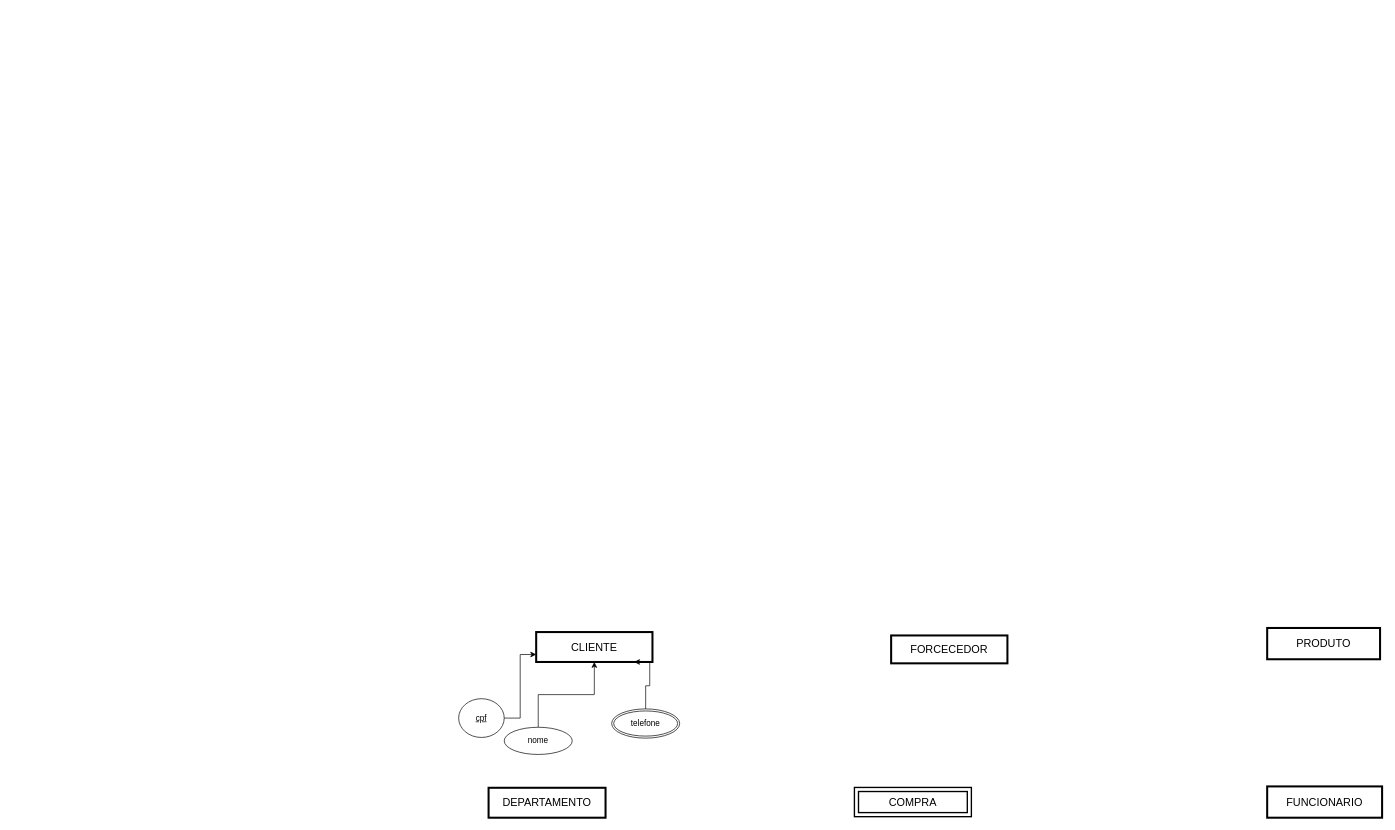
This is primeiro.drawio from RaquelFranco1/SUA-IDADE, a draw.io file, before an edit. Source tidied: cells renumbered, new cells numbered last; positions are measured from the earlier drawing's top-left corner, leaving out a move shared by most shapes. Both pictures are drawn from the tidied source at 68%, with x=0, y=0 at pixel (458, 628).
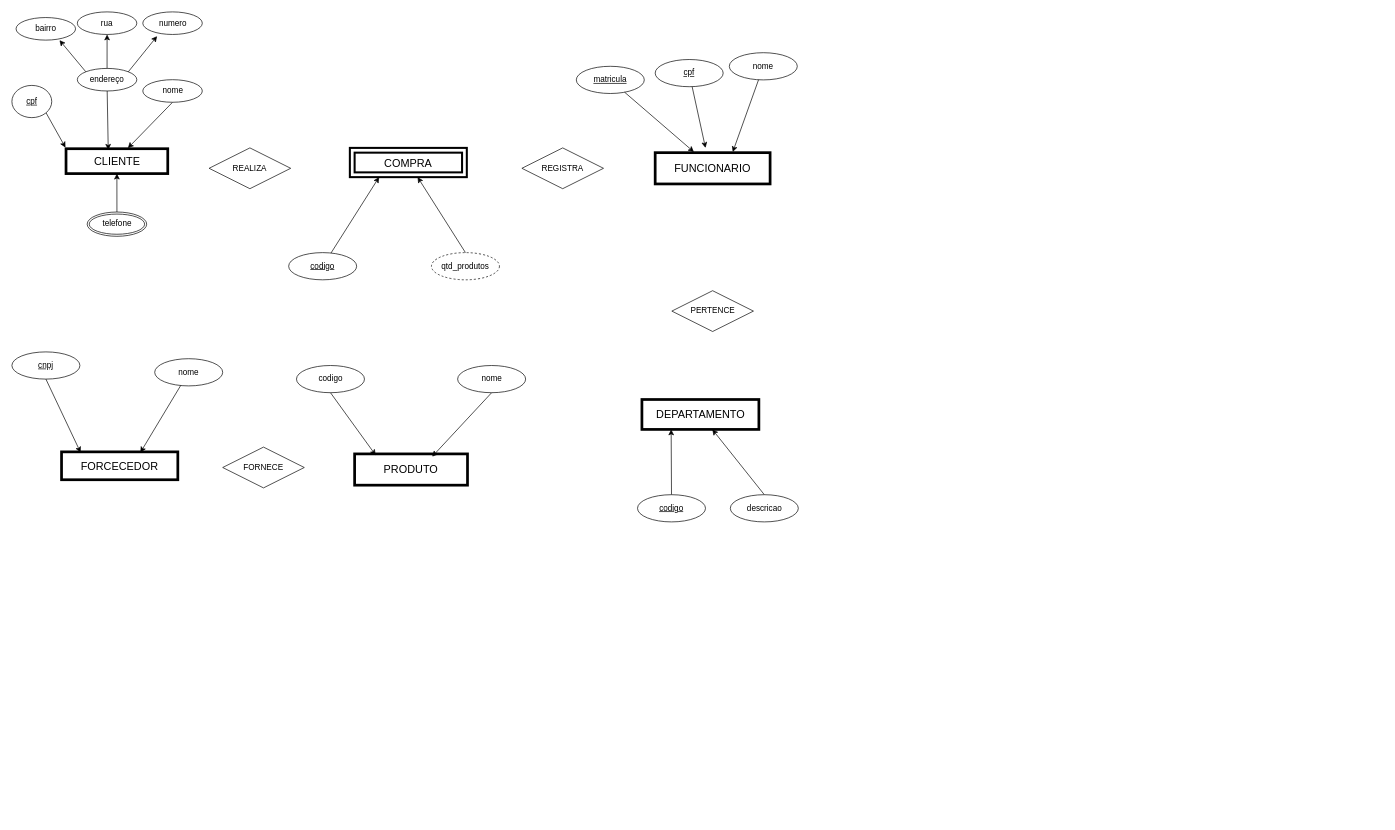
After the change.

What changed in the source:
```diff
@@
-<mxGraphModel>
+<mxGraphModel background="#ffffff">
@@
+    <mxCell id="14" value="REALIZA" style="shape=rhombus;perimeter=rhombusPerimeter;whiteSpace=wrap;html=1;align=center;" parent="1" vertex="1">
+      <mxGeometry x="-367" y="-706" width="120" height="60" as="geometry" />
+    </mxCell>
+    <mxCell id="15" style="group;" parent="1" vertex="1">
+      <mxGeometry x="-657" y="-906" width="280" height="330" as="geometry" />
+    </mxCell>
+    <mxCell id="16" style="edgeStyle=none;rounded=0;jettySize=auto;html=1;" parent="15" edge="1" source="2">
+      <mxGeometry relative="1" as="geometry">
+        <mxPoint x="154.4" y="241.1" as="targetPoint" />
+      </mxGeometry>
+    </mxCell>
-    <mxCell id="2" value="CLIENTE" style="whiteSpace=wrap;html=1;align=center;fontSize=16;rounded=0;strokeWidth=3;" parent="1" vertex="1">
-      <mxGeometry x="114" y="6" width="171" height="44" as="geometry" />
+    <mxCell id="2" value="CLIENTE" style="whiteSpace=wrap;html=1;align=center;fontSize=16;rounded=0;strokeWidth=4;" parent="15" vertex="1">
+      <mxGeometry x="79.6" y="201.2" width="149.6" height="36.6" as="geometry" />
     </mxCell>
-    <mxCell id="3" value="COMPRA" style="shape=ext;margin=3;double=1;whiteSpace=wrap;html=1;align=center;fontSize=16;strokeWidth=2;" parent="1" vertex="1">
-      <mxGeometry x="582" y="234.5" width="172" height="43" as="geometry" />
-    </mxCell>
-    <mxCell id="4" value="FUNCIONARIO" style="whiteSpace=wrap;html=1;align=center;fontSize=16;strokeWidth=3;" parent="1" vertex="1">
-      <mxGeometry x="1189" y="233" width="169" height="46" as="geometry" />
-    </mxCell>
-    <mxCell id="5" value="PRODUTO" style="whiteSpace=wrap;html=1;align=center;fontSize=16;strokeWidth=3;" parent="1" vertex="1">
-      <mxGeometry x="1189" width="166" height="46" as="geometry" />
-    </mxCell>
-    <mxCell id="6" value="FORCECEDOR" style="whiteSpace=wrap;html=1;align=center;fontSize=16;strokeWidth=3;" parent="1" vertex="1">
-      <mxGeometry x="636" y="11" width="171" height="41" as="geometry" />
-    </mxCell>
-    <mxCell id="7" value="DEPARTAMENTO" style="whiteSpace=wrap;html=1;align=center;fontSize=16;strokeWidth=3;" parent="1" vertex="1">
-      <mxGeometry x="44" y="235" width="172" height="44" as="geometry" />
-    </mxCell>
-    <mxCell id="8" style="edgeStyle=orthogonalEdgeStyle;rounded=0;jettySize=auto;html=1;entryX=0;entryY=0.75;entryDx=0;entryDy=0;" parent="1" edge="1" source="9" target="2">
-      <mxGeometry relative="1" as="geometry" />
-    </mxCell>
+    <mxCell id="17" style="edgeStyle=none;rounded=0;jettySize=auto;html=1;exitX=1;exitY=1;exitDx=0;exitDy=0;" parent="15" edge="1" source="9">
+      <mxGeometry relative="1" as="geometry">
+        <mxPoint x="78.8" y="199.5" as="targetPoint" />
+      </mxGeometry>
+    </mxCell>
-    <mxCell id="9" value="cpf" style="ellipse;whiteSpace=wrap;html=1;align=center;fontStyle=4;" parent="1" vertex="1">
-      <mxGeometry y="104" width="67" height="57" as="geometry" />
+    <mxCell id="9" value="cpf" style="ellipse;whiteSpace=wrap;html=1;align=center;fontStyle=4;" parent="15" vertex="1">
+      <mxGeometry y="108.1" width="58.6" height="47.4" as="geometry" />
     </mxCell>
-    <mxCell id="10" style="edgeStyle=orthogonalEdgeStyle;rounded=0;jettySize=auto;html=1;" parent="1" edge="1" source="11" target="2">
+    <mxCell id="10" style="edgeStyle=none;rounded=0;jettySize=auto;html=1;exitX=0.5;exitY=1;exitDx=0;exitDy=0;entryX=0.608;entryY=-0.023;entryDx=0;entryDy=0;entryPerimeter=0;" parent="15" edge="1" source="11" target="2">
       <mxGeometry relative="1" as="geometry" />
     </mxCell>
-    <mxCell id="11" value="nome" style="ellipse;whiteSpace=wrap;html=1;align=center;" parent="1" vertex="1">
-      <mxGeometry x="67" y="146" width="100" height="40" as="geometry" />
+    <mxCell id="11" value="nome" style="ellipse;whiteSpace=wrap;html=1;align=center;" parent="15" vertex="1">
+      <mxGeometry x="192.5" y="99.7" width="87.5" height="33.2" as="geometry" />
     </mxCell>
+    <mxCell id="13" style="edgeStyle=none;rounded=0;jettySize=auto;html=1;exitX=0.5;exitY=0;exitDx=0;exitDy=0;entryX=0.5;entryY=1;entryDx=0;entryDy=0;" parent="15" edge="1" source="12" target="2">
+      <mxGeometry relative="1" as="geometry" />
+    </mxCell>
-    <mxCell id="12" value="telefone" style="ellipse;shape=doubleEllipse;margin=3;whiteSpace=wrap;html=1;align=center;" parent="1" vertex="1">
-      <mxGeometry x="225" y="119" width="100" height="43" as="geometry" />
+    <mxCell id="12" value="telefone" style="ellipse;shape=doubleEllipse;margin=3;whiteSpace=wrap;html=1;align=center;" parent="15" vertex="1">
+      <mxGeometry x="110.7" y="294.3" width="87.5" height="35.7" as="geometry" />
     </mxCell>
-    <mxCell id="13" style="edgeStyle=orthogonalEdgeStyle;rounded=0;jettySize=auto;html=1;exitX=0.5;exitY=0;exitDx=0;exitDy=0;entryX=0.842;entryY=1;entryDx=0;entryDy=0;entryPerimeter=0;" parent="1" edge="1" source="12" target="2">
-      <mxGeometry relative="1" as="geometry">
-        <Array as="points">
-          <mxPoint x="275" y="85" />
-          <mxPoint x="281" y="85" />
-          <mxPoint x="281" y="50" />
-        </Array>
-      </mxGeometry>
-    </mxCell>
+    <mxCell id="18" style="edgeStyle=none;rounded=0;jettySize=auto;html=1;entryX=0.415;entryY=0.045;entryDx=0;entryDy=0;entryPerimeter=0;" parent="15" edge="1" source="21" target="2">
+      <mxGeometry relative="1" as="geometry" />
+    </mxCell>
+    <mxCell id="19" style="edgeStyle=none;rounded=0;jettySize=auto;html=1;exitX=0;exitY=0;exitDx=0;exitDy=0;" parent="15" edge="1" source="21">
+      <mxGeometry relative="1" as="geometry">
+        <mxPoint x="70" y="41.6" as="targetPoint" />
+      </mxGeometry>
+    </mxCell>
+    <mxCell id="20" style="edgeStyle=none;rounded=0;jettySize=auto;html=1;exitX=0.5;exitY=0;exitDx=0;exitDy=0;" parent="15" edge="1" source="21">
+      <mxGeometry relative="1" as="geometry">
+        <mxPoint x="140" y="33.2" as="targetPoint" />
+      </mxGeometry>
+    </mxCell>
+    <mxCell id="21" value="endereço" style="ellipse;whiteSpace=wrap;html=1;align=center;" parent="15" vertex="1">
+      <mxGeometry x="96.2" y="83.1" width="87.5" height="33.2" as="geometry" />
+    </mxCell>
+    <mxCell id="22" value="bairro" style="ellipse;whiteSpace=wrap;html=1;align=center;" parent="15" vertex="1">
+      <mxGeometry x="6.1" y="8.3" width="87.5" height="33.2" as="geometry" />
+    </mxCell>
+    <mxCell id="23" value="rua" style="ellipse;whiteSpace=wrap;html=1;align=center;" parent="15" vertex="1">
+      <mxGeometry x="96.2" width="87.5" height="33.2" as="geometry" />
+    </mxCell>
+    <mxCell id="24" value="numero" style="ellipse;whiteSpace=wrap;html=1;align=center;" parent="15" vertex="1">
+      <mxGeometry x="192.5" width="87.5" height="33.2" as="geometry" />
+    </mxCell>
+    <mxCell id="25" style="edgeStyle=none;rounded=0;jettySize=auto;html=1;exitX=1;exitY=0;exitDx=0;exitDy=0;entryX=0.24;entryY=1.075;entryDx=0;entryDy=0;entryPerimeter=0;" parent="15" edge="1" source="21" target="24">
+      <mxGeometry relative="1" as="geometry" />
+    </mxCell>
+    <mxCell id="26" style="group;" parent="1" vertex="1">
+      <mxGeometry x="-657" y="-406" width="310" height="188" as="geometry" />
+    </mxCell>
+    <mxCell id="6" value="FORCECEDOR" style="whiteSpace=wrap;html=1;align=center;fontSize=16;strokeWidth=4;" parent="26" vertex="1">
+      <mxGeometry x="73" y="147" width="171" height="41" as="geometry" />
+    </mxCell>
+    <mxCell id="27" value="cnpj" style="ellipse;whiteSpace=wrap;html=1;align=center;fontStyle=4;" parent="26" vertex="1">
+      <mxGeometry width="100" height="40" as="geometry" />
+    </mxCell>
+    <mxCell id="28" value="nome" style="ellipse;whiteSpace=wrap;html=1;align=center;" parent="26" vertex="1">
+      <mxGeometry x="210" y="10" width="100" height="40" as="geometry" />
+    </mxCell>
+    <mxCell id="29" style="edgeStyle=none;rounded=0;jettySize=auto;html=1;exitX=0.5;exitY=1;exitDx=0;exitDy=0;entryX=0.164;entryY=0.024;entryDx=0;entryDy=0;entryPerimeter=0;" parent="26" edge="1" source="27" target="6">
+      <mxGeometry relative="1" as="geometry" />
+    </mxCell>
+    <mxCell id="30" style="edgeStyle=none;rounded=0;jettySize=auto;html=1;entryX=0.678;entryY=0.024;entryDx=0;entryDy=0;entryPerimeter=0;" parent="26" edge="1" source="28" target="6">
+      <mxGeometry relative="1" as="geometry" />
+    </mxCell>
+    <mxCell id="31" style="group;" parent="1" vertex="1">
+      <mxGeometry x="-238.5" y="-386" width="337" height="202" as="geometry" />
+    </mxCell>
+    <mxCell id="5" value="PRODUTO" style="whiteSpace=wrap;html=1;align=center;fontSize=16;strokeWidth=4;" parent="31" vertex="1">
+      <mxGeometry x="85.5" y="130" width="166" height="46" as="geometry" />
+    </mxCell>
+    <mxCell id="32" value="nome" style="ellipse;whiteSpace=wrap;html=1;align=center;" parent="31" vertex="1">
+      <mxGeometry x="237" width="100" height="40" as="geometry" />
+    </mxCell>
+    <mxCell id="33" value="codigo" style="ellipse;whiteSpace=wrap;html=1;align=center;" parent="31" vertex="1">
+      <mxGeometry width="100" height="40" as="geometry" />
+    </mxCell>
+    <mxCell id="34" style="edgeStyle=none;rounded=0;jettySize=auto;html=1;exitX=0.5;exitY=1;exitDx=0;exitDy=0;entryX=0.187;entryY=0.043;entryDx=0;entryDy=0;entryPerimeter=0;" parent="31" edge="1" source="33" target="5">
+      <mxGeometry relative="1" as="geometry" />
+    </mxCell>
+    <mxCell id="35" style="edgeStyle=none;rounded=0;jettySize=auto;html=1;exitX=0.5;exitY=1;exitDx=0;exitDy=0;entryX=0.687;entryY=0.087;entryDx=0;entryDy=0;entryPerimeter=0;" parent="31" edge="1" source="32" target="5">
+      <mxGeometry relative="1" as="geometry" />
+    </mxCell>
+    <mxCell id="36" style="group;" parent="1" vertex="1">
+      <mxGeometry x="263" y="-814" width="295" height="276" as="geometry" />
+    </mxCell>
+    <mxCell id="4" value="FUNCIONARIO" style="whiteSpace=wrap;html=1;align=center;fontSize=16;strokeWidth=4;" parent="36" vertex="1">
+      <mxGeometry x="26" y="115" width="169" height="46" as="geometry" />
+    </mxCell>
+    <mxCell id="37" value="nome" style="ellipse;whiteSpace=wrap;html=1;align=center;" parent="36" vertex="1">
+      <mxGeometry x="135" y="-32" width="100" height="40" as="geometry" />
+    </mxCell>
+    <mxCell id="38" style="edgeStyle=none;rounded=0;jettySize=auto;html=1;entryX=0.675;entryY=-0.022;entryDx=0;entryDy=0;entryPerimeter=0;" parent="36" edge="1" source="37" target="4">
+      <mxGeometry relative="1" as="geometry" />
+    </mxCell>
+    <mxCell id="39" style="group;" parent="1" vertex="1">
+      <mxGeometry x="-220" y="-706" width="300" height="194" as="geometry" />
+    </mxCell>
+    <mxCell id="3" value="COMPRA" style="shape=ext;margin=3;double=1;whiteSpace=wrap;html=1;align=center;fontSize=16;strokeWidth=3;" parent="39" vertex="1">
+      <mxGeometry x="60" width="172" height="43" as="geometry" />
+    </mxCell>
+    <mxCell id="40" value="codigo" style="ellipse;whiteSpace=wrap;html=1;align=center;fontStyle=4;" parent="39" vertex="1">
+      <mxGeometry x="-30" y="154" width="100" height="40" as="geometry" />
+    </mxCell>
+    <mxCell id="41" style="edgeStyle=none;rounded=0;jettySize=auto;html=1;entryX=0.25;entryY=1;entryDx=0;entryDy=0;" parent="39" edge="1" source="40" target="3">
+      <mxGeometry relative="1" as="geometry" />
+    </mxCell>
+    <mxCell id="42" value="qtd_produtos" style="ellipse;whiteSpace=wrap;html=1;align=center;dashed=1;" parent="39" vertex="1">
+      <mxGeometry x="180" y="154" width="100" height="40" as="geometry" />
+    </mxCell>
+    <mxCell id="43" style="edgeStyle=none;rounded=0;jettySize=auto;html=1;exitX=0.5;exitY=0;exitDx=0;exitDy=0;" parent="39" edge="1" source="42" target="3">
+      <mxGeometry relative="1" as="geometry" />
+    </mxCell>
+    <mxCell id="44" style="group;" parent="1" vertex="1">
+      <mxGeometry x="263" y="-356" width="236.5" height="200" as="geometry" />
+    </mxCell>
+    <mxCell id="7" value="DEPARTAMENTO" style="whiteSpace=wrap;html=1;align=center;fontSize=16;strokeWidth=4;" parent="44" vertex="1">
+      <mxGeometry x="6.5" y="20" width="172" height="44" as="geometry" />
+    </mxCell>
+    <mxCell id="45" style="edgeStyle=none;rounded=0;jettySize=auto;html=1;entryX=0.25;entryY=1;entryDx=0;entryDy=0;" parent="44" edge="1" source="46" target="7">
+      <mxGeometry relative="1" as="geometry" />
+    </mxCell>
+    <mxCell id="46" value="codigo" style="ellipse;whiteSpace=wrap;html=1;align=center;fontStyle=4;" parent="44" vertex="1">
+      <mxGeometry y="160" width="100" height="40" as="geometry" />
+    </mxCell>
+    <mxCell id="47" style="edgeStyle=none;rounded=0;jettySize=auto;html=1;exitX=0.5;exitY=0;exitDx=0;exitDy=0;" parent="44" edge="1" source="48" target="7">
+      <mxGeometry relative="1" as="geometry" />
+    </mxCell>
+    <mxCell id="48" value="descricao" style="ellipse;whiteSpace=wrap;html=1;align=center;" parent="44" vertex="1">
+      <mxGeometry x="136.5" y="160" width="100" height="40" as="geometry" />
+    </mxCell>
+    <mxCell id="49" value="REGISTRA" style="shape=rhombus;perimeter=rhombusPerimeter;whiteSpace=wrap;html=1;align=center;" parent="1" vertex="1">
+      <mxGeometry x="93" y="-706" width="120" height="60" as="geometry" />
+    </mxCell>
+    <mxCell id="50" value="FORNECE" style="shape=rhombus;perimeter=rhombusPerimeter;whiteSpace=wrap;html=1;align=center;" parent="1" vertex="1">
+      <mxGeometry x="-347" y="-266" width="120" height="60" as="geometry" />
+    </mxCell>
+    <mxCell id="51" value="matricula" style="ellipse;whiteSpace=wrap;html=1;align=center;fontStyle=4;" parent="1" vertex="1">
+      <mxGeometry x="173" y="-826" width="100" height="40" as="geometry" />
+    </mxCell>
+    <mxCell id="52" style="edgeStyle=none;rounded=0;jettySize=auto;html=1;entryX=0.337;entryY=-0.022;entryDx=0;entryDy=0;entryPerimeter=0;" parent="1" edge="1" source="51" target="4">
+      <mxGeometry relative="1" as="geometry" />
+    </mxCell>
+    <mxCell id="53" style="edgeStyle=none;rounded=0;jettySize=auto;html=1;" parent="1" edge="1" source="54">
+      <mxGeometry relative="1" as="geometry">
+        <mxPoint x="363" y="-706" as="targetPoint" />
+      </mxGeometry>
+    </mxCell>
+    <mxCell id="54" value="cpf" style="ellipse;whiteSpace=wrap;html=1;align=center;fontStyle=4;" parent="1" vertex="1">
+      <mxGeometry x="289" y="-836" width="100" height="40" as="geometry" />
+    </mxCell>
+    <mxCell id="55" value="PERTENCE" style="shape=rhombus;perimeter=rhombusPerimeter;whiteSpace=wrap;html=1;align=center;" parent="1" vertex="1">
+      <mxGeometry x="313.5" y="-496" width="120" height="60" as="geometry" />
+    </mxCell>
```
